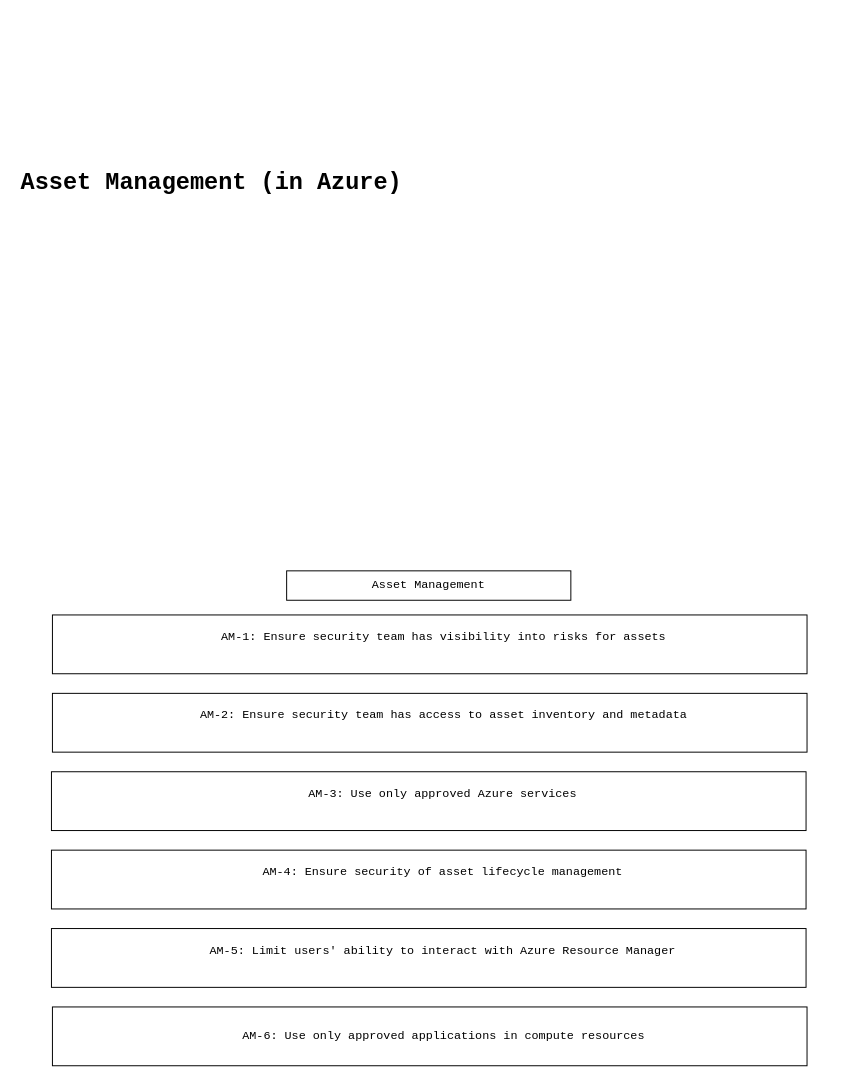
The draw.io diagram page "Asset Management" (6 of 12) of Cloud/Infrastructure_Security.drawio in hmahmood2351/Home_Labs, before the edit. Source tidied: cells renumbered, new cells numbered last; positions are measured from the earlier drawing's top-left corner, leaving out a move shared by most shapes. Both pictures are drawn from the tidied source at 98%, with x=0, y=0 at pixel (19, 147).
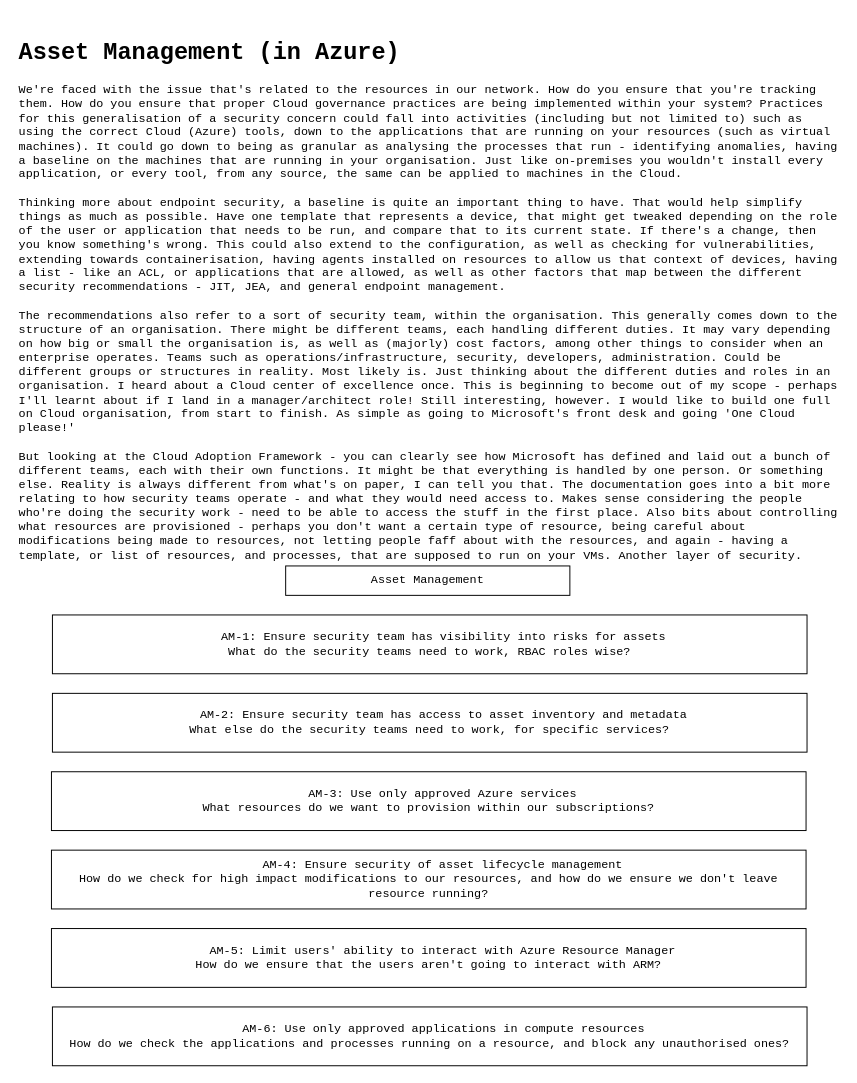
After the change.

Diff of the diagram source:
```diff
@@
 <mxGraphModel>
   <root>
     <mxCell id="0" />
     <mxCell id="1" parent="0" />
-    <mxCell id="2" value="&lt;h1 style=&quot;color: rgb(0 , 0 , 0) ; font-family: &amp;#34;courier new&amp;#34; ; font-style: normal ; letter-spacing: normal ; text-align: left ; text-indent: 0px ; text-transform: none ; word-spacing: 0px&quot;&gt;Asset Management (in Azure)&lt;/h1&gt;&lt;div&gt;&lt;br&gt;&lt;/div&gt;&lt;div&gt;&lt;br&gt;&lt;/div&gt;&lt;div&gt;&amp;nbsp;&lt;/div&gt;&lt;span style=&quot;text-align: center&quot;&gt;&lt;br&gt;&lt;/span&gt;&lt;div&gt;&lt;br&gt;&lt;/div&gt;&lt;div&gt;&lt;br&gt;&lt;/div&gt;" style="text;html=1;fontFamily=Courier New;labelBackgroundColor=none;verticalAlign=top;whiteSpace=wrap;" parent="1" vertex="1">
-      <mxGeometry width="838" height="560" as="geometry" />
+    <mxCell id="2" value="&lt;h1 style=&quot;color: rgb(0 , 0 , 0) ; font-family: &amp;#34;courier new&amp;#34; ; font-style: normal ; letter-spacing: normal ; text-align: left ; text-indent: 0px ; text-transform: none ; word-spacing: 0px&quot;&gt;Asset Management (in Azure)&lt;/h1&gt;&lt;div&gt;We're faced with the issue that's related to the resources in our network. How do you ensure that you're tracking them. How do you ensure that proper Cloud governance practices are being implemented within your system? Practices for this generalisation of a security concern could fall into activities (including but not limited to) such as using the correct Cloud (Azure) tools, down to the applications that are running on your resources (such as virtual machines). It could go down to being as granular as analysing the processes that run - identifying anomalies, having a baseline on the machines that are running in your organisation. Just like on-premises you wouldn't install every application, or every tool, from any source, the same can be applied to machines in the Cloud.&amp;nbsp;&lt;/div&gt;&lt;div&gt;&lt;br&gt;&lt;/div&gt;&lt;div&gt;Thinking more about endpoint security, a baseline is quite an important thing to have. That would help simplify things as much as possible. Have one template that represents a device, that might get tweaked depending on the role of the user or application that needs to be run, and compare that to its current state. If there's a change, then you know something's wrong. This could also extend to the configuration, as well as checking for vulnerabilities, extending towards containerisation, having agents installed on resources to allow us that context of devices, having a list - like an ACL, or applications that are allowed, as well as other factors that map between the different security recommendations - JIT, JEA, and general endpoint management.&lt;/div&gt;&lt;div&gt;&lt;br&gt;&lt;/div&gt;&lt;div&gt;The recommendations also refer to a sort of security team, within the organisation. This generally comes down to the structure of an organisation. There might be different teams, each handling different duties. It may vary depending on how big or small the organisation is, as well as (majorly) cost factors, among other things to consider when an enterprise operates. Teams such as operations/infrastructure, security, developers, administration. Could be different groups or structures in reality. Most likely is. Just thinking about the different duties and roles in an organisation. I heard about a Cloud center of excellence once. This is beginning to become out of my scope - perhaps I'll learnt about if I land in a manager/architect role! Still interesting, however. I would like to build one full on Cloud organisation, from start to finish. As simple as going to Microsoft's front desk and going 'One Cloud please!'&lt;/div&gt;&lt;div&gt;&lt;br&gt;&lt;/div&gt;&lt;div&gt;But looking at the Cloud Adoption Framework - you can clearly see how Microsoft has defined and laid out a bunch of different teams, each with their own functions. It might be that everything is handled by one person. Or something else. Reality is always different from what's on paper, I can tell you that. The documentation goes into a bit more relating to how security teams operate - and what they would need access to. Makes sense considering the people who're doing the security work - need to be able to access the stuff in the first place. Also bits about controlling what resources are provisioned - perhaps you don't want a certain type of resource, being careful about modifications being made to resources, not letting people faff about with the resources, and again - having a template, or list of resources, and processes, that are supposed to run on your VMs. Another layer of security.&lt;/div&gt;&lt;span style=&quot;text-align: center&quot;&gt;&lt;br&gt;&lt;/span&gt;&lt;div&gt;&lt;br&gt;&lt;/div&gt;&lt;div&gt;&lt;br&gt;&lt;/div&gt;" style="text;html=1;fontFamily=Courier New;labelBackgroundColor=none;verticalAlign=top;whiteSpace=wrap;" parent="1" vertex="1">
+      <mxGeometry x="-2" y="-133" width="838" height="560" as="geometry" />
     </mxCell>
     <mxCell id="3" value="Asset Management" style="rounded=0;whiteSpace=wrap;html=1;fontFamily=Courier New;align=center;" parent="1" vertex="1">
-      <mxGeometry x="273" y="432" width="290" height="30" as="geometry" />
+      <mxGeometry x="272" y="427" width="290" height="30" as="geometry" />
     </mxCell>
-    <mxCell id="4" value="&lt;div&gt;&amp;nbsp; &amp;nbsp; AM-1: Ensure security team has visibility into risks for assets&lt;/div&gt;&lt;div&gt;&lt;br&gt;&lt;/div&gt;" style="rounded=0;whiteSpace=wrap;html=1;fontFamily=Courier New;align=center;" parent="1" vertex="1">
+    <mxCell id="4" value="&lt;div&gt;&amp;nbsp; &amp;nbsp; AM-1: Ensure security team has visibility into risks for assets&lt;/div&gt;&lt;div&gt;What do the security teams need to work, RBAC roles wise?&lt;/div&gt;" style="rounded=0;whiteSpace=wrap;html=1;fontFamily=Courier New;align=center;" parent="1" vertex="1">
       <mxGeometry x="34" y="477" width="770" height="60" as="geometry" />
     </mxCell>
-    <mxCell id="5" value="&lt;div&gt;&amp;nbsp; &amp;nbsp; AM-2: Ensure security team has access to asset inventory and metadata&lt;/div&gt;&lt;div&gt;&lt;br&gt;&lt;/div&gt;" style="rounded=0;whiteSpace=wrap;html=1;fontFamily=Courier New;align=center;" parent="1" vertex="1">
+    <mxCell id="5" value="&lt;div&gt;&amp;nbsp; &amp;nbsp; AM-2: Ensure security team has access to asset inventory and metadata&lt;/div&gt;&lt;div&gt;What else do the security teams need to work, for specific services?&lt;/div&gt;" style="rounded=0;whiteSpace=wrap;html=1;fontFamily=Courier New;align=center;" parent="1" vertex="1">
       <mxGeometry x="34" y="557" width="770" height="60" as="geometry" />
     </mxCell>
-    <mxCell id="6" value="&lt;div&gt;&amp;nbsp; &amp;nbsp; AM-3: Use only approved Azure services&lt;/div&gt;&lt;div&gt;&lt;br&gt;&lt;/div&gt;" style="rounded=0;whiteSpace=wrap;html=1;fontFamily=Courier New;align=center;" parent="1" vertex="1">
+    <mxCell id="6" value="&lt;div&gt;&amp;nbsp; &amp;nbsp; AM-3: Use only approved Azure services&lt;/div&gt;&lt;div&gt;What resources do we want to provision within our subscriptions?&lt;/div&gt;" style="rounded=0;whiteSpace=wrap;html=1;fontFamily=Courier New;align=center;" parent="1" vertex="1">
       <mxGeometry x="33" y="637" width="770" height="60" as="geometry" />
     </mxCell>
-    <mxCell id="7" value="&lt;div&gt;&amp;nbsp; &amp;nbsp; AM-4: Ensure security of asset lifecycle management&lt;/div&gt;&lt;div&gt;&lt;br&gt;&lt;/div&gt;" style="rounded=0;whiteSpace=wrap;html=1;fontFamily=Courier New;align=center;" parent="1" vertex="1">
+    <mxCell id="7" value="&lt;div&gt;&amp;nbsp; &amp;nbsp; AM-4: Ensure security of asset lifecycle management&lt;/div&gt;&lt;div&gt;How do we check for high impact modifications to our resources, and how do we ensure we don't leave resource running?&lt;/div&gt;" style="rounded=0;whiteSpace=wrap;html=1;fontFamily=Courier New;align=center;" parent="1" vertex="1">
       <mxGeometry x="33" y="717" width="770" height="60" as="geometry" />
     </mxCell>
-    <mxCell id="8" value="&lt;div&gt;&amp;nbsp; &amp;nbsp; AM-5: Limit users' ability to interact with Azure Resource Manager&lt;/div&gt;&lt;div&gt;&lt;br&gt;&lt;/div&gt;" style="rounded=0;whiteSpace=wrap;html=1;fontFamily=Courier New;align=center;" parent="1" vertex="1">
+    <mxCell id="8" value="&lt;div&gt;&amp;nbsp; &amp;nbsp; AM-5: Limit users' ability to interact with Azure Resource Manager&lt;/div&gt;&lt;div&gt;How do we ensure that the users aren't going to interact with ARM?&lt;/div&gt;" style="rounded=0;whiteSpace=wrap;html=1;fontFamily=Courier New;align=center;" parent="1" vertex="1">
       <mxGeometry x="33" y="797" width="770" height="60" as="geometry" />
     </mxCell>
-    <mxCell id="9" value="&amp;nbsp; &amp;nbsp; AM-6: Use only approved applications in compute resources" style="rounded=0;whiteSpace=wrap;html=1;fontFamily=Courier New;align=center;" parent="1" vertex="1">
+    <mxCell id="9" value="&amp;nbsp; &amp;nbsp; AM-6: Use only approved applications in compute resources&lt;br&gt;How do we check the applications and processes running on a resource, and block any unauthorised ones?" style="rounded=0;whiteSpace=wrap;html=1;fontFamily=Courier New;align=center;" parent="1" vertex="1">
       <mxGeometry x="34" y="877" width="770" height="60" as="geometry" />
     </mxCell>
   </root>
 </mxGraphModel>
```
